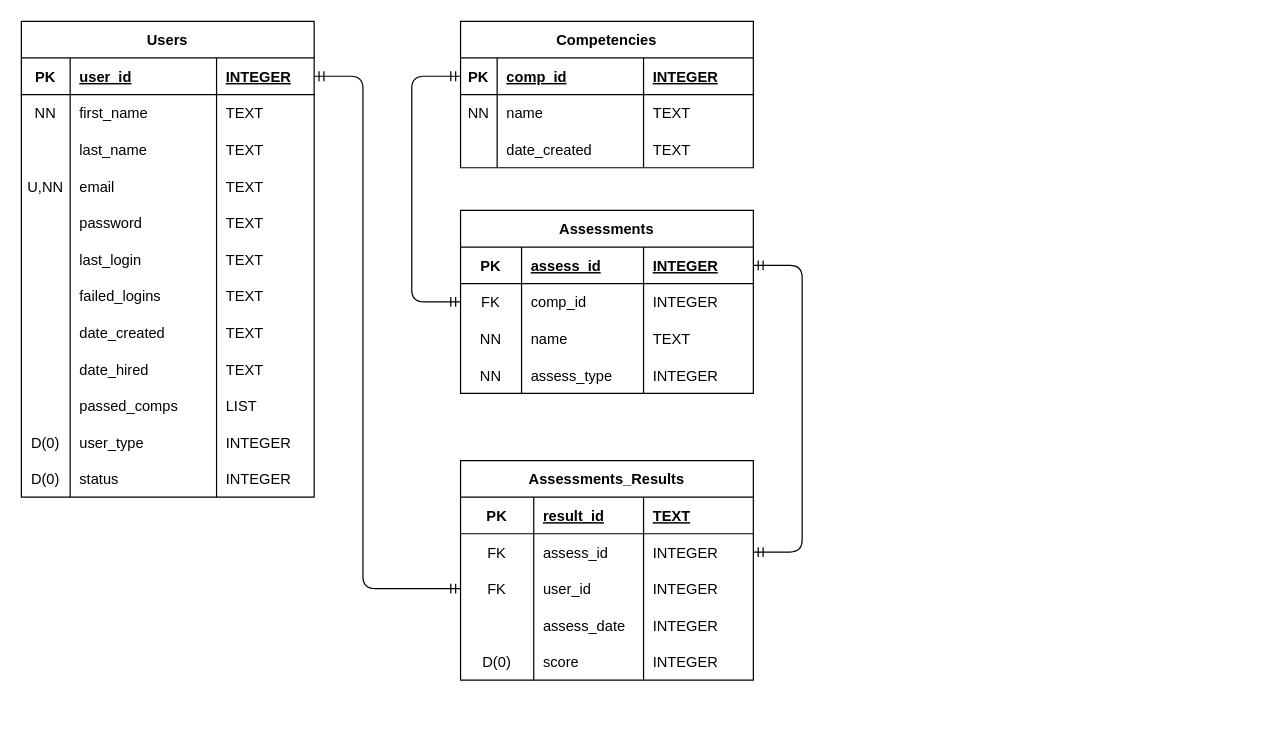
Above: erd.drawio in darthcircuit/capstone_project (draw.io), before the change. Source tidied: cells renumbered, new cells numbered last; positions are measured from the earlier drawing's top-left corner, leaving out a move shared by most shapes. Both pictures are drawn from the tidied source at 122%, with x=0, y=0 at pixel (21, 21).
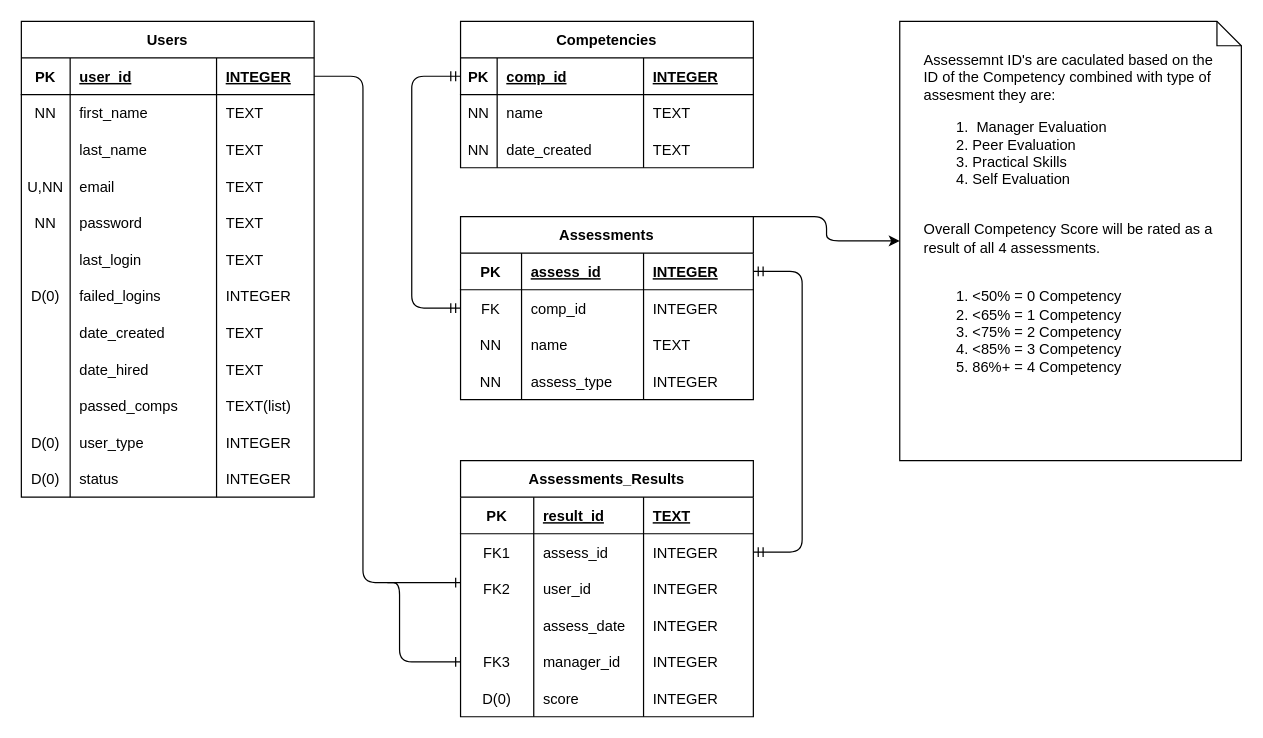
The same page after the edit.

Commit message (it also covers changes not shown here):
schemadone-mockdata75perc

Unchanged cells that the change refers to:
```xml
<mxCell id="3" style="shape=partialRectangle;fillColor=none;top=0;left=0;bottom=1;right=0;points=[[0,0.5],[1,0.5]];portConstraint=eastwest;" parent="2" vertex="1">
  <mxGeometry y="30" width="240" height="30" as="geometry" />
</mxCell>
<mxCell id="19" style="shape=partialRectangle;fillColor=none;top=0;left=0;bottom=0;right=0;" parent="2" vertex="1">
  <mxGeometry y="150" width="240" height="30" as="geometry" />
</mxCell>
<mxCell id="27" style="shape=partialRectangle;fillColor=none;top=0;left=0;bottom=0;right=0;" parent="2" vertex="1">
  <mxGeometry y="210" width="240" height="30" as="geometry" />
</mxCell>
<mxCell id="39" style="shape=partialRectangle;fillColor=none;top=0;left=0;bottom=0;right=0;" parent="2" vertex="1">
  <mxGeometry y="300" width="240" height="30" as="geometry" />
</mxCell>
<mxCell id="56" style="shape=partialRectangle;fillColor=none;top=0;left=0;bottom=0;right=0;points=[[0,0.5],[1,0.5]];portConstraint=eastwest;" parent="51" vertex="1">
  <mxGeometry y="60" width="240" height="30" as="geometry" />
</mxCell>
<mxCell id="60" style="shape=partialRectangle;fillColor=none;top=0;left=0;bottom=0;right=0;points=[[0,0.5],[1,0.5]];portConstraint=eastwest;" parent="51" vertex="1">
  <mxGeometry y="90" width="240" height="30" as="geometry" />
</mxCell>
<mxCell id="81" style="shape=partialRectangle;fillColor=none;top=0;left=0;bottom=0;right=0;" parent="72" vertex="1">
  <mxGeometry y="90" width="240" height="30" as="geometry" />
</mxCell>
```

What changed in the source:
```diff
@@
-    <mxCell id="20" style="shape=partialRectangle;fillColor=none;top=0;left=0;bottom=0;right=0;overflow=hidden;" parent="19" vertex="1">
+    <mxCell id="20" value="NN" style="shape=partialRectangle;fillColor=none;top=0;left=0;bottom=0;right=0;overflow=hidden;" parent="19" vertex="1">
       <mxGeometry width="40" height="30" as="geometry" />
     </mxCell>
@@
-    <mxCell id="28" style="shape=partialRectangle;fillColor=none;top=0;left=0;bottom=0;right=0;overflow=hidden;" parent="27" vertex="1">
+    <mxCell id="28" value="D(0)" style="shape=partialRectangle;fillColor=none;top=0;left=0;bottom=0;right=0;overflow=hidden;" parent="27" vertex="1">
       <mxGeometry width="40" height="30" as="geometry" />
     </mxCell>
@@
-    <mxCell id="30" value="TEXT" style="shape=partialRectangle;fillColor=none;top=0;left=0;bottom=0;right=0;align=left;spacingLeft=6;overflow=hidden;" parent="27" vertex="1">
+    <mxCell id="30" value="INTEGER" style="shape=partialRectangle;fillColor=none;top=0;left=0;bottom=0;right=0;align=left;spacingLeft=6;overflow=hidden;" parent="27" vertex="1">
       <mxGeometry x="160" width="80" height="30" as="geometry" />
     </mxCell>
@@
-    <mxCell id="42" value="LIST" style="shape=partialRectangle;fillColor=none;top=0;left=0;bottom=0;right=0;align=left;spacingLeft=6;overflow=hidden;" parent="39" vertex="1">
+    <mxCell id="42" value="TEXT(list)" style="shape=partialRectangle;fillColor=none;top=0;left=0;bottom=0;right=0;align=left;spacingLeft=6;overflow=hidden;" parent="39" vertex="1">
       <mxGeometry x="160" width="80" height="30" as="geometry" />
     </mxCell>
@@
     <mxCell id="51" value="Assessments_Results" style="shape=table;startSize=30;childLayout=tableLayout;rowLines=0;fontStyle=1;align=center;" parent="1" vertex="1">
-      <mxGeometry x="360" y="360" width="240" height="180" as="geometry" />
+      <mxGeometry x="360" y="360" width="240" height="210" as="geometry" />
     </mxCell>
@@
-    <mxCell id="57" value="FK" style="shape=partialRectangle;fillColor=none;top=0;left=0;bottom=0;right=0;overflow=hidden;" parent="56" vertex="1">
+    <mxCell id="57" value="FK1" style="shape=partialRectangle;fillColor=none;top=0;left=0;bottom=0;right=0;overflow=hidden;" parent="56" vertex="1">
       <mxGeometry width="60" height="30" as="geometry" />
     </mxCell>
@@
-    <mxCell id="61" value="FK" style="shape=partialRectangle;fillColor=none;top=0;left=0;bottom=0;right=0;overflow=hidden;" parent="60" vertex="1">
+    <mxCell id="61" value="FK2" style="shape=partialRectangle;fillColor=none;top=0;left=0;bottom=0;right=0;overflow=hidden;" parent="60" vertex="1">
       <mxGeometry width="60" height="30" as="geometry" />
     </mxCell>
@@
+    <mxCell id="105" style="shape=partialRectangle;fillColor=none;top=0;left=0;bottom=0;right=0;points=[[0,0.5],[1,0.5]];portConstraint=eastwest;" parent="51" vertex="1">
+      <mxGeometry y="150" width="240" height="30" as="geometry" />
+    </mxCell>
+    <mxCell id="106" value="FK3" style="shape=partialRectangle;fillColor=none;top=0;left=0;bottom=0;right=0;overflow=hidden;" parent="105" vertex="1">
+      <mxGeometry width="60" height="30" as="geometry" />
+    </mxCell>
+    <mxCell id="107" value="manager_id" style="shape=partialRectangle;fillColor=none;top=0;left=0;bottom=0;right=0;align=left;spacingLeft=6;overflow=hidden;" parent="105" vertex="1">
+      <mxGeometry x="60" width="90" height="30" as="geometry" />
+    </mxCell>
+    <mxCell id="108" value="INTEGER" style="shape=partialRectangle;fillColor=none;top=0;left=0;bottom=0;right=0;align=left;spacingLeft=6;overflow=hidden;" parent="105" vertex="1">
+      <mxGeometry x="150" width="90" height="30" as="geometry" />
+    </mxCell>
     <mxCell id="68" style="shape=partialRectangle;fillColor=none;top=0;left=0;bottom=0;right=0;" parent="51" vertex="1">
-      <mxGeometry y="150" width="240" height="30" as="geometry" />
+      <mxGeometry y="180" width="240" height="30" as="geometry" />
     </mxCell>
@@
-    <mxCell id="82" style="shape=partialRectangle;fillColor=none;top=0;left=0;bottom=0;right=0;overflow=hidden;" parent="81" vertex="1">
+    <mxCell id="82" value="NN" style="shape=partialRectangle;fillColor=none;top=0;left=0;bottom=0;right=0;overflow=hidden;" parent="81" vertex="1">
       <mxGeometry width="30" height="30" as="geometry" />
     </mxCell>
@@
+    <mxCell id="109" style="edgeStyle=elbowEdgeStyle;html=1;exitX=1;exitY=0;exitDx=0;exitDy=0;" parent="1" edge="1" source="85" target="110">
+      <mxGeometry relative="1" as="geometry" />
+    </mxCell>
     <mxCell id="85" value="Assessments" style="shape=table;startSize=30;childLayout=tableLayout;rowLines=0;fontStyle=1;align=center;" parent="1" vertex="1">
-      <mxGeometry x="360" y="155" width="240" height="150" as="geometry" />
+      <mxGeometry x="360" y="160" width="240" height="150" as="geometry" />
     </mxCell>
@@
-    <mxCell id="102" style="edgeStyle=elbowEdgeStyle;fontSize=12;html=1;endArrow=ERmandOne;startArrow=ERmandOne;exitX=1;exitY=0.5;exitDx=0;exitDy=0;entryX=0;entryY=0.5;entryDx=0;entryDy=0;" parent="1" edge="1" source="3" target="60">
-      <mxGeometry relative="1" as="geometry">
-        <Array as="points">
-          <mxPoint x="280" y="220" />
-        </Array>
-      </mxGeometry>
-    </mxCell>
@@
+    <mxCell id="110" value="Assessemnt ID's are caculated based on the ID of the Competency combined with type of assesment they are:&lt;br&gt;&lt;ol&gt;&lt;li style=&quot;&quot;&gt;&lt;span&gt;&amp;nbsp;Manager Evaluation&lt;/span&gt;&lt;br&gt;&lt;/li&gt;&lt;li style=&quot;&quot;&gt;Peer Evaluation&lt;/li&gt;&lt;li style=&quot;&quot;&gt;Practical Skills&lt;/li&gt;&lt;li style=&quot;&quot;&gt;Self Evaluation&lt;/li&gt;&lt;/ol&gt;&lt;br&gt;Overall Competency Score will be rated as a result of all 4 assessments.&lt;br&gt;&lt;br&gt;&lt;ol&gt;&lt;li style=&quot;&quot;&gt;&amp;lt;50% = 0 Competency&lt;/li&gt;&lt;li style=&quot;&quot;&gt;&amp;lt;65% = 1 Competency&lt;/li&gt;&lt;li style=&quot;&quot;&gt;&amp;lt;75% = 2 Competency&lt;/li&gt;&lt;li style=&quot;&quot;&gt;&amp;lt;85% = 3 Competency&lt;/li&gt;&lt;li style=&quot;&quot;&gt;86%+ = 4 Competency&lt;/li&gt;&lt;/ol&gt;" style="shape=note;size=20;html=1;align=left;verticalAlign=top;whiteSpace=wrap;spacing=20;" parent="1" vertex="1">
+      <mxGeometry x="720" width="280" height="360" as="geometry" />
+    </mxCell>
+    <mxCell id="111" style="edgeStyle=elbowEdgeStyle;fontSize=12;html=1;endArrow=ERone;endFill=1;exitX=1;exitY=0.5;exitDx=0;exitDy=0;" parent="1" edge="1" source="3">
+      <mxGeometry relative="1" as="geometry">
+        <mxPoint x="360" y="460" as="targetPoint" />
+        <Array as="points">
+          <mxPoint x="280" y="300" />
+          <mxPoint x="310" y="480" />
+        </Array>
+      </mxGeometry>
+    </mxCell>
+    <mxCell id="112" style="edgeStyle=elbowEdgeStyle;fontSize=12;html=1;endArrow=ERone;endFill=1;" parent="1" edge="1" target="105">
+      <mxGeometry relative="1" as="geometry">
+        <mxPoint x="300" y="460" as="sourcePoint" />
+        <Array as="points">
+          <mxPoint x="310" y="500" />
+          <mxPoint x="380" y="925" />
+        </Array>
+      </mxGeometry>
+    </mxCell>
```
